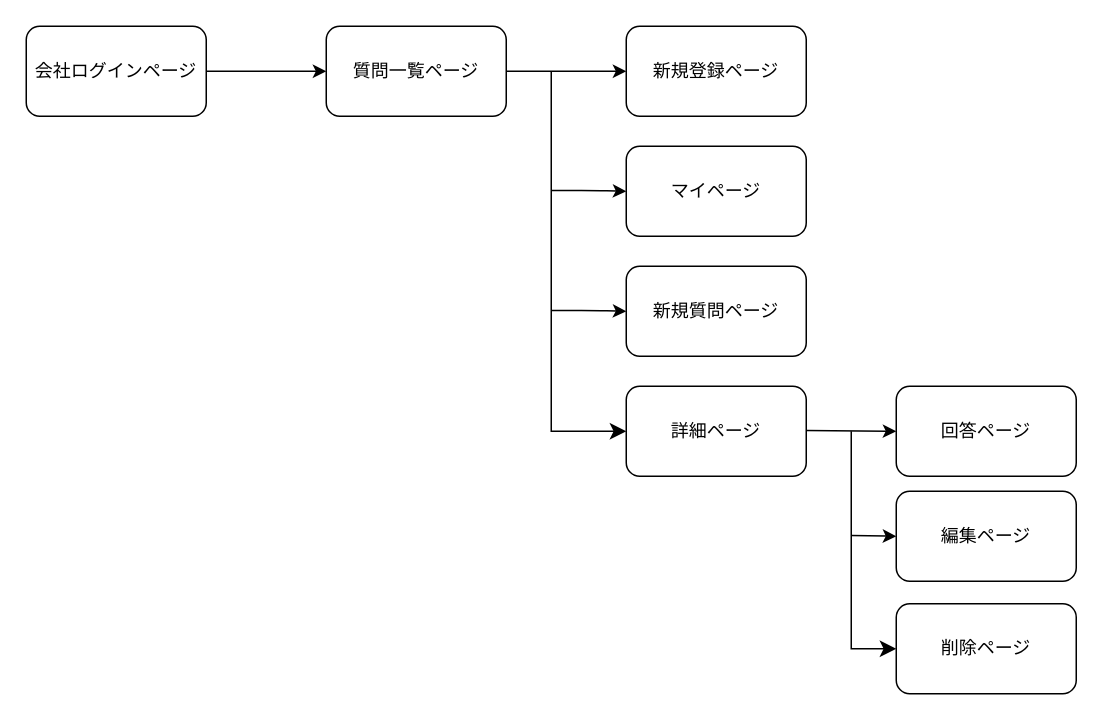
This is 画面遷移図.dio from 0zone-k/Q-Bridge, a draw.io file, before an edit. Source tidied: cells renumbered, new cells numbered last; positions are measured from the earlier drawing's top-left corner, leaving out a move shared by most shapes. Both pictures are drawn from the tidied source at 150%, with x=0, y=0 at pixel (26, 26).
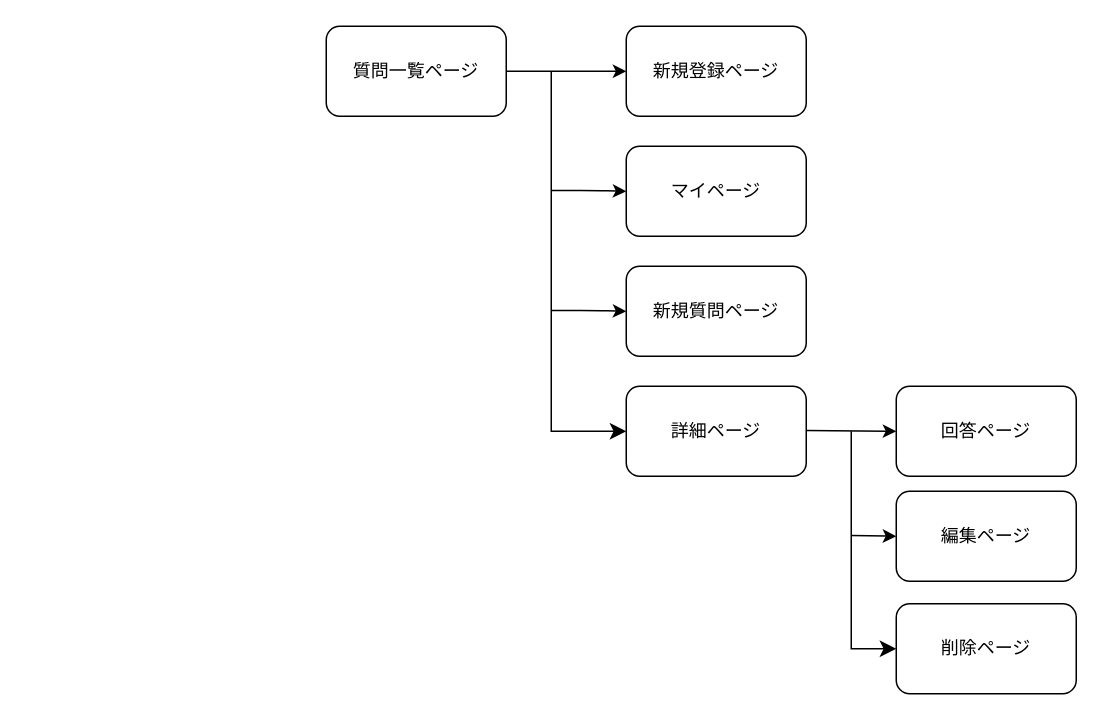
After the change.

Unchanged cells that the change refers to:
```xml
<mxCell id="5" value="質問一覧ページ" style="rounded=1;whiteSpace=wrap;html=1;" parent="1" vertex="1">
  <mxGeometry x="200" width="120" height="60" as="geometry" />
</mxCell>
```

What changed in the source:
```diff
@@
-    <mxCell id="2" style="edgeStyle=none;html=1;rounded=1;" parent="1" edge="1" source="3" target="5">
-      <mxGeometry relative="1" as="geometry" />
-    </mxCell>
-    <mxCell id="3" value="会社ログインページ" style="rounded=1;whiteSpace=wrap;html=1;" parent="1" vertex="1">
-      <mxGeometry width="120" height="60" as="geometry" />
-    </mxCell>
```
